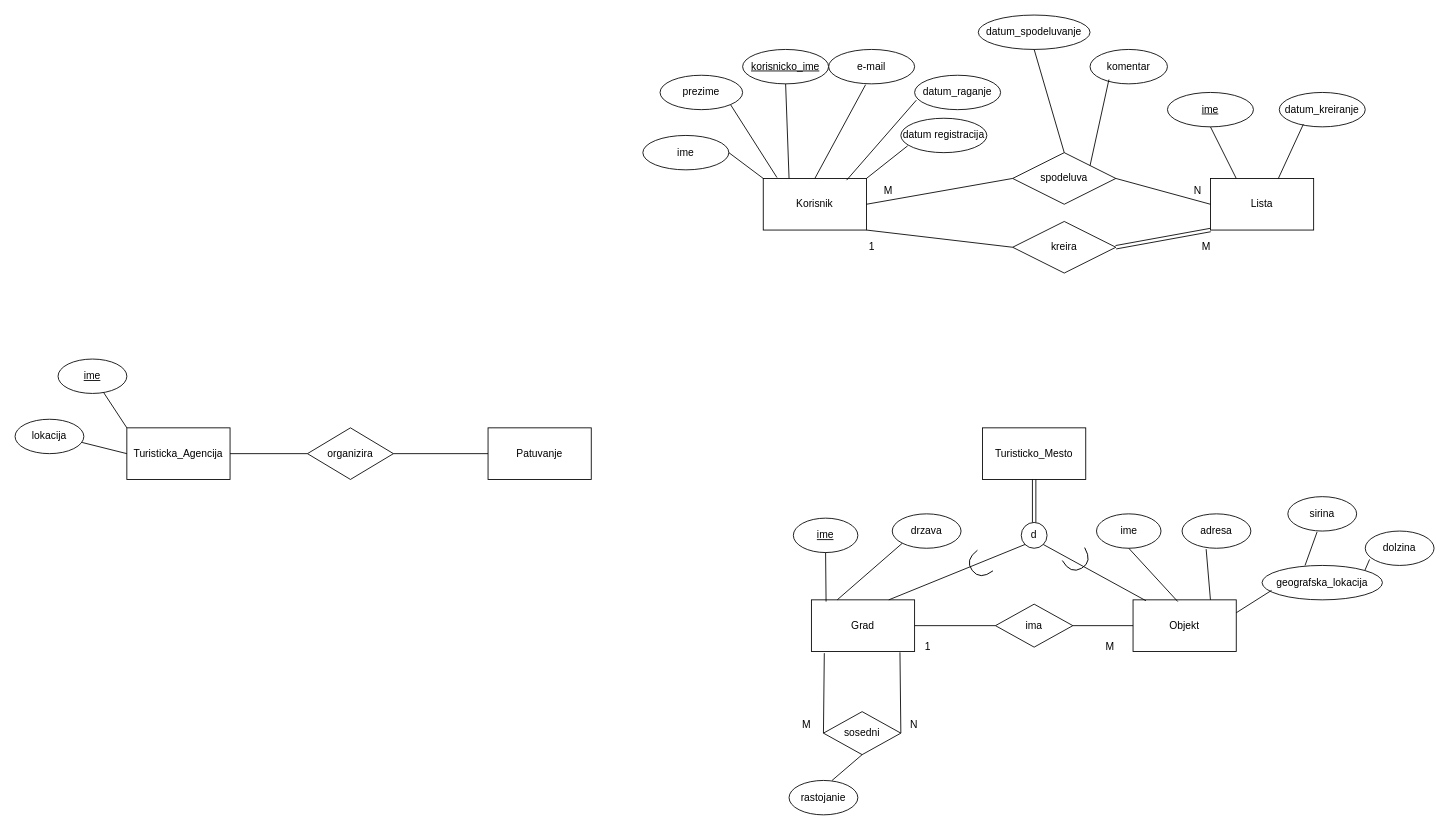
Earlier version of the draw.io diagram lab.drawio (davidhristov59/Databases). Source tidied: cells renumbered, new cells numbered last; positions are measured from the earlier drawing's top-left corner, leaving out a move shared by most shapes. Both pictures are drawn from the tidied source at 86%, with x=0, y=0 at pixel (15, 15).
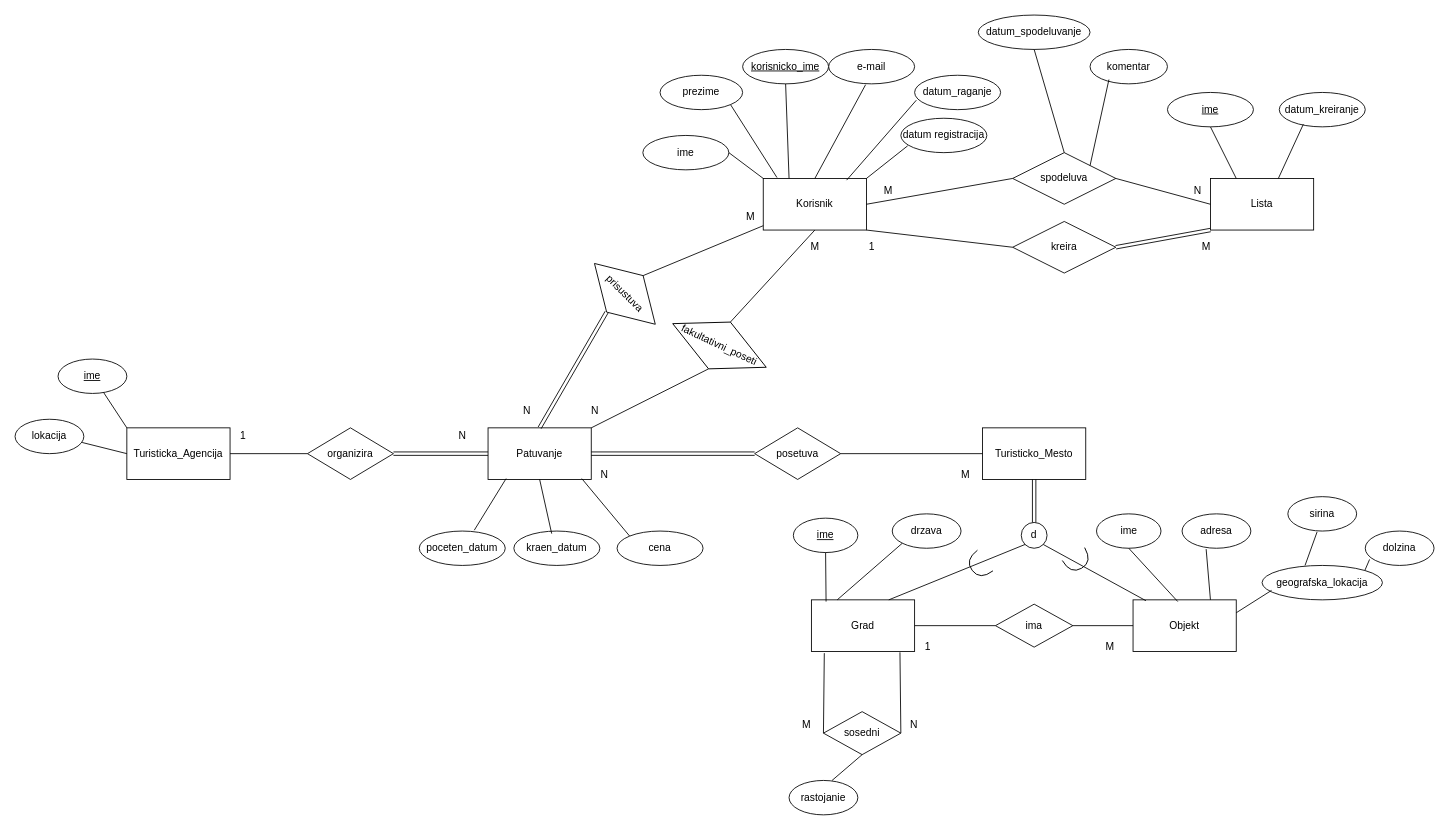
Above is the later version.

The change refers to these unchanged cells:
```xml
<mxCell id="2" value="Korisnik" style="rounded=0;whiteSpace=wrap;html=1;" parent="1" vertex="1">
  <mxGeometry x="870" y="190" width="120" height="60" as="geometry" />
</mxCell>
<mxCell id="34" value="Turisticko_Mesto" style="rounded=0;whiteSpace=wrap;html=1;" parent="1" vertex="1">
  <mxGeometry x="1125" y="480" width="120" height="60" as="geometry" />
</mxCell>
<mxCell id="75" value="Patuvanje" style="rounded=0;whiteSpace=wrap;html=1;" parent="1" vertex="1">
  <mxGeometry x="550" y="480" width="120" height="60" as="geometry" />
</mxCell>
<mxCell id="76" value="organizira" style="shape=rhombus;perimeter=rhombusPerimeter;whiteSpace=wrap;html=1;align=center;" parent="1" vertex="1">
  <mxGeometry x="340" y="480" width="100" height="60" as="geometry" />
</mxCell>
```

What changed in the source:
```diff
@@
-    <mxCell id="78" style="endArrow=none;html=1;rounded=0;exitX=0;exitY=0.5;exitDx=0;exitDy=0;entryX=1;entryY=0.5;entryDx=0;entryDy=0;" parent="1" edge="1" source="75" target="76">
+    <mxCell id="78" style="endArrow=none;html=1;rounded=0;exitX=0;exitY=0.5;exitDx=0;exitDy=0;entryX=1;entryY=0.5;entryDx=0;entryDy=0;shape=link;" parent="1" edge="1" source="75" target="76">
       <mxGeometry relative="1" as="geometry" />
     </mxCell>
+    <mxCell id="79" value="posetuva" style="shape=rhombus;perimeter=rhombusPerimeter;whiteSpace=wrap;html=1;align=center;" parent="1" vertex="1">
+      <mxGeometry x="860" y="480" width="100" height="60" as="geometry" />
+    </mxCell>
+    <mxCell id="80" style="endArrow=none;html=1;rounded=0;exitX=0;exitY=0.5;exitDx=0;exitDy=0;entryX=1;entryY=0.5;entryDx=0;entryDy=0;shape=link;" parent="1" edge="1" source="79" target="75">
+      <mxGeometry relative="1" as="geometry" />
+    </mxCell>
+    <mxCell id="81" style="endArrow=none;html=1;rounded=0;exitX=0;exitY=0.5;exitDx=0;exitDy=0;entryX=1;entryY=0.5;entryDx=0;entryDy=0;" parent="1" edge="1" source="34" target="79">
+      <mxGeometry relative="1" as="geometry" />
+    </mxCell>
+    <mxCell id="82" value="M" style="text;html=1;align=center;verticalAlign=middle;strokeColor=none;fillColor=none;" parent="1" vertex="1">
+      <mxGeometry x="1090" y="520" width="30" height="30" as="geometry" />
+    </mxCell>
+    <mxCell id="83" value="N" style="text;html=1;align=center;verticalAlign=middle;strokeColor=none;fillColor=none;" parent="1" vertex="1">
+      <mxGeometry x="670" y="520" width="30" height="30" as="geometry" />
+    </mxCell>
+    <mxCell id="84" value="poceten_datum" style="ellipse;whiteSpace=wrap;html=1;align=center;" parent="1" vertex="1">
+      <mxGeometry x="470" y="600" width="100" height="40" as="geometry" />
+    </mxCell>
+    <mxCell id="85" value="kraen_datum" style="ellipse;whiteSpace=wrap;html=1;align=center;" parent="1" vertex="1">
+      <mxGeometry x="580" y="600" width="100" height="40" as="geometry" />
+    </mxCell>
+    <mxCell id="86" value="cena" style="ellipse;whiteSpace=wrap;html=1;align=center;" parent="1" vertex="1">
+      <mxGeometry x="700" y="600" width="100" height="40" as="geometry" />
+    </mxCell>
+    <mxCell id="87" style="endArrow=none;html=1;rounded=0;entryX=0.175;entryY=0.983;entryDx=0;entryDy=0;entryPerimeter=0;exitX=0.64;exitY=-0.025;exitDx=0;exitDy=0;exitPerimeter=0;" parent="1" edge="1" source="84" target="75">
+      <mxGeometry relative="1" as="geometry" />
+    </mxCell>
+    <mxCell id="88" style="endArrow=none;html=1;rounded=0;entryX=0.5;entryY=1;entryDx=0;entryDy=0;exitX=0.44;exitY=0.075;exitDx=0;exitDy=0;exitPerimeter=0;" parent="1" edge="1" source="85" target="75">
+      <mxGeometry relative="1" as="geometry" />
+    </mxCell>
+    <mxCell id="89" style="endArrow=none;html=1;rounded=0;entryX=0.908;entryY=0.983;entryDx=0;entryDy=0;exitX=0;exitY=0;exitDx=0;exitDy=0;entryPerimeter=0;" parent="1" edge="1" source="86" target="75">
+      <mxGeometry relative="1" as="geometry" />
+    </mxCell>
+    <mxCell id="90" value="1" style="text;html=1;align=center;verticalAlign=middle;strokeColor=none;fillColor=none;" parent="1" vertex="1">
+      <mxGeometry x="250" y="475" width="30" height="30" as="geometry" />
+    </mxCell>
+    <mxCell id="91" value="N" style="text;html=1;align=center;verticalAlign=middle;strokeColor=none;fillColor=none;" parent="1" vertex="1">
+      <mxGeometry x="505" y="475" width="30" height="30" as="geometry" />
+    </mxCell>
+    <mxCell id="92" value="prisustuva" style="shape=rhombus;perimeter=rhombusPerimeter;whiteSpace=wrap;html=1;align=center;rotation=45;" parent="1" vertex="1">
+      <mxGeometry x="659.1" y="294.2" width="100" height="60" as="geometry" />
+    </mxCell>
+    <mxCell id="93" value="fakultativni_poseti" style="shape=rhombus;perimeter=rhombusPerimeter;whiteSpace=wrap;html=1;align=center;rotation=25;" parent="1" vertex="1">
+      <mxGeometry x="759.1" y="354.2" width="120" height="60" as="geometry" />
+    </mxCell>
+    <mxCell id="94" style="endArrow=none;html=1;rounded=0;entryX=0.5;entryY=0;entryDx=0;entryDy=0;" parent="1" edge="1" source="2" target="92">
+      <mxGeometry relative="1" as="geometry" />
+    </mxCell>
+    <mxCell id="95" style="endArrow=none;html=1;rounded=0;exitX=0.5;exitY=1;exitDx=0;exitDy=0;entryX=1;entryY=0;entryDx=0;entryDy=0;" parent="1" edge="1" source="93" target="75">
+      <mxGeometry relative="1" as="geometry" />
+    </mxCell>
+    <mxCell id="96" style="endArrow=none;html=1;rounded=0;exitX=0.5;exitY=0;exitDx=0;exitDy=0;entryX=0.5;entryY=1;entryDx=0;entryDy=0;shape=link;" parent="1" edge="1" source="75" target="92">
+      <mxGeometry relative="1" as="geometry" />
+    </mxCell>
+    <mxCell id="97" style="endArrow=none;html=1;rounded=0;exitX=0.5;exitY=1;exitDx=0;exitDy=0;entryX=0.5;entryY=0;entryDx=0;entryDy=0;" parent="1" edge="1" source="2" target="93">
+      <mxGeometry relative="1" as="geometry" />
+    </mxCell>
+    <mxCell id="98" value="N" style="text;html=1;align=center;verticalAlign=middle;strokeColor=none;fillColor=none;" parent="1" vertex="1">
+      <mxGeometry x="659.1" y="445" width="30" height="30" as="geometry" />
+    </mxCell>
+    <mxCell id="99" value="M" style="text;html=1;align=center;verticalAlign=middle;strokeColor=none;fillColor=none;" parent="1" vertex="1">
+      <mxGeometry x="915" y="255" width="30" height="30" as="geometry" />
+    </mxCell>
+    <mxCell id="100" value="M" style="text;html=1;align=center;verticalAlign=middle;strokeColor=none;fillColor=none;" parent="1" vertex="1">
+      <mxGeometry x="840" y="220" width="30" height="30" as="geometry" />
+    </mxCell>
+    <mxCell id="101" value="N" style="text;html=1;align=center;verticalAlign=middle;strokeColor=none;fillColor=none;" parent="1" vertex="1">
+      <mxGeometry x="580" y="445" width="30" height="30" as="geometry" />
+    </mxCell>
```
